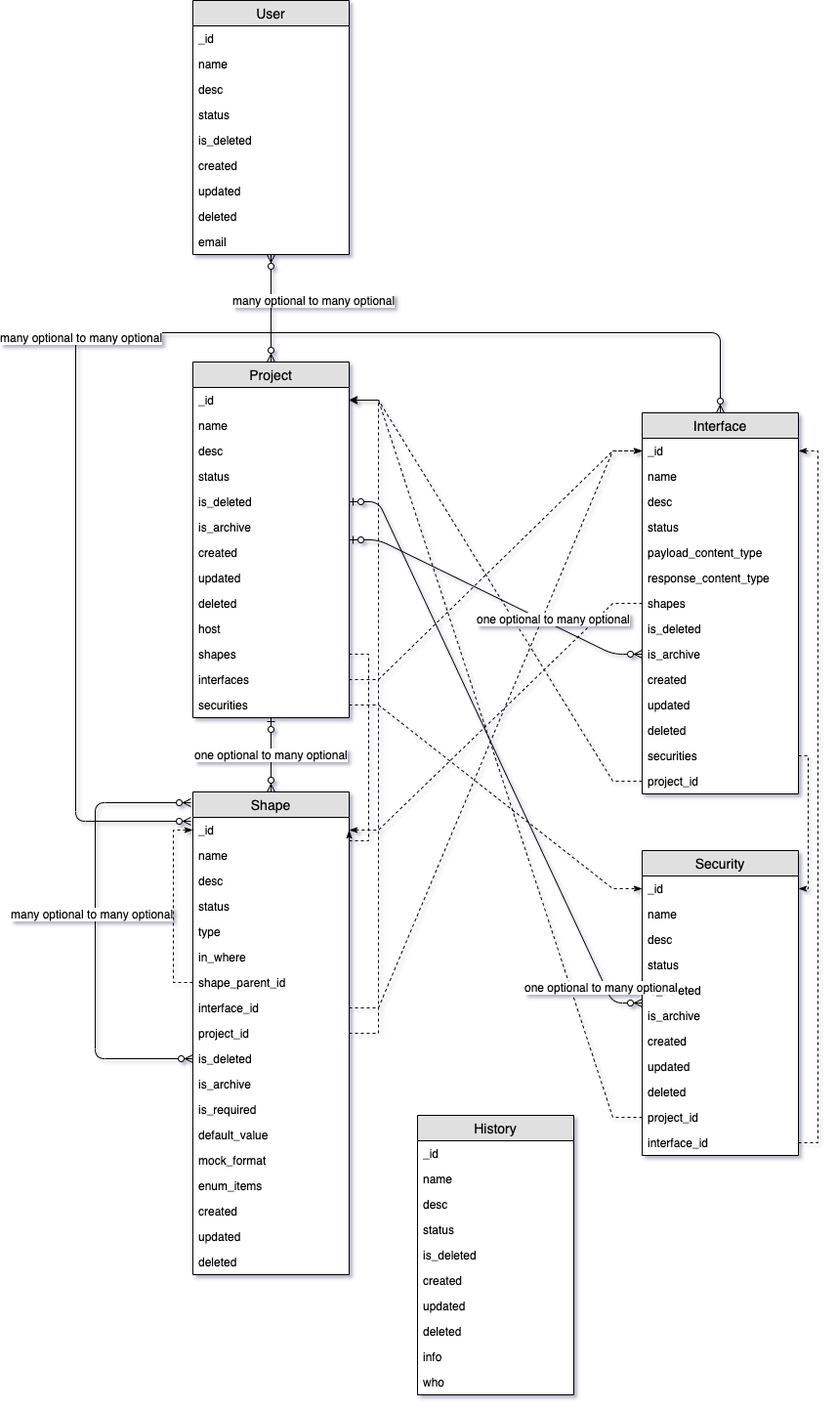
Before: apiplatform/apischema.png, a diagram exported from draw.io (0851/draw). Source tidied: cells renumbered, new cells last; positions are measured from the earlier drawing's top-left corner, leaving out a move shared by most shapes.
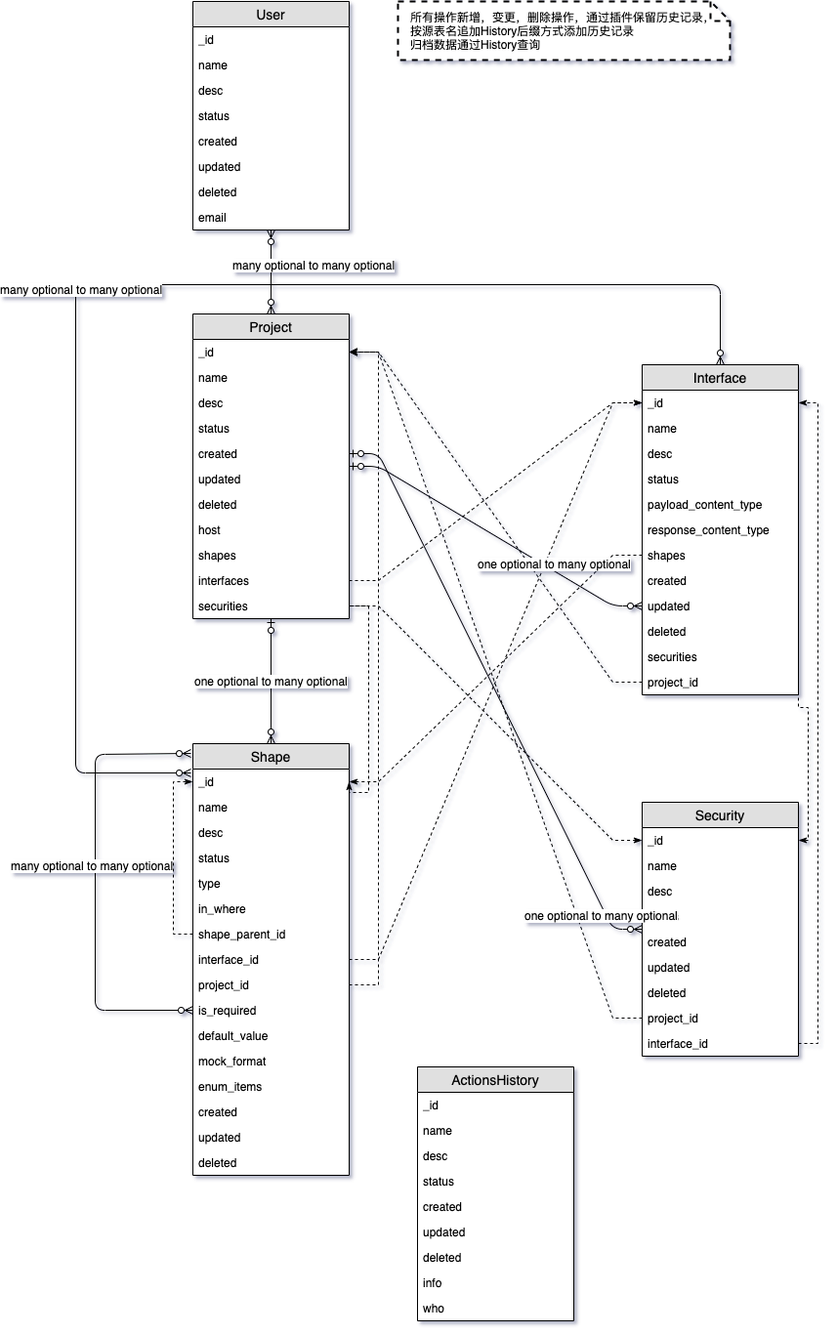
After the commit.

Diff of the diagram source:
```diff
@@ -7,4 +7,4 @@
     </mxCell>
-    <mxCell id="3" value="History" style="swimlane;fontStyle=0;horizontal=1;startSize=26;fillColor=#e0e0e0;swimlaneFillColor=#ffffff;align=center;fontSize=14;" parent="1" vertex="1">
-      <mxGeometry x="350" y="1141" width="160" height="286" as="geometry" />
+    <mxCell id="3" value="ActionsHistory" style="swimlane;fontStyle=0;horizontal=1;startSize=26;fillColor=#e0e0e0;swimlaneFillColor=#ffffff;align=center;fontSize=14;" parent="1" vertex="1">
+      <mxGeometry x="350" y="1141" width="160" height="260" as="geometry" />
     </mxCell>
@@ -22,22 +22,19 @@
     </mxCell>
-    <mxCell id="8" value="is_deleted" style="text;strokeColor=none;fillColor=none;spacingLeft=4;spacingRight=4;overflow=hidden;fontSize=12;" parent="3" vertex="1">
-      <mxGeometry y="130" width="160" height="26" as="geometry" />
-    </mxCell>
     <mxCell id="9" value="created" style="text;strokeColor=none;fillColor=none;spacingLeft=4;spacingRight=4;overflow=hidden;fontSize=12;" parent="3" vertex="1">
-      <mxGeometry y="156" width="160" height="26" as="geometry" />
+      <mxGeometry y="130" width="160" height="26" as="geometry" />
     </mxCell>
     <mxCell id="10" value="updated" style="text;strokeColor=none;fillColor=none;spacingLeft=4;spacingRight=4;overflow=hidden;fontSize=12;" parent="3" vertex="1">
-      <mxGeometry y="182" width="160" height="26" as="geometry" />
+      <mxGeometry y="156" width="160" height="26" as="geometry" />
     </mxCell>
     <mxCell id="11" value="deleted" style="text;strokeColor=none;fillColor=none;spacingLeft=4;spacingRight=4;overflow=hidden;fontSize=12;" parent="3" vertex="1">
-      <mxGeometry y="208" width="160" height="26" as="geometry" />
+      <mxGeometry y="182" width="160" height="26" as="geometry" />
     </mxCell>
     <mxCell id="12" value="info" style="text;strokeColor=none;fillColor=none;spacingLeft=4;spacingRight=4;overflow=hidden;fontSize=12;" parent="3" vertex="1">
-      <mxGeometry y="234" width="160" height="26" as="geometry" />
+      <mxGeometry y="208" width="160" height="26" as="geometry" />
     </mxCell>
     <mxCell id="13" value="who" style="text;strokeColor=none;fillColor=none;spacingLeft=4;spacingRight=4;overflow=hidden;fontSize=12;" parent="3" vertex="1">
-      <mxGeometry y="260" width="160" height="26" as="geometry" />
+      <mxGeometry y="234" width="160" height="26" as="geometry" />
     </mxCell>
     <mxCell id="14" value="Interface" style="swimlane;fontStyle=0;horizontal=1;startSize=26;fillColor=#e0e0e0;swimlaneFillColor=#ffffff;align=center;fontSize=14;" parent="1" vertex="1">
-      <mxGeometry x="580" y="422" width="160" height="390" as="geometry" />
+      <mxGeometry x="580" y="422" width="160" height="338" as="geometry" />
     </mxCell>
@@ -64,25 +61,19 @@
     </mxCell>
-    <mxCell id="22" value="is_deleted" style="text;strokeColor=none;fillColor=none;spacingLeft=4;spacingRight=4;overflow=hidden;fontSize=12;" parent="14" vertex="1">
-      <mxGeometry y="208" width="160" height="26" as="geometry" />
-    </mxCell>
-    <mxCell id="23" value="is_archive" style="text;strokeColor=none;fillColor=none;spacingLeft=4;spacingRight=4;overflow=hidden;points=[[0,0.5],[1,0.5]];portConstraint=eastwest;fontSize=12;" parent="14" vertex="1">
-      <mxGeometry y="234" width="160" height="26" as="geometry" />
-    </mxCell>
     <mxCell id="24" value="created" style="text;strokeColor=none;fillColor=none;spacingLeft=4;spacingRight=4;overflow=hidden;fontSize=12;" parent="14" vertex="1">
-      <mxGeometry y="260" width="160" height="26" as="geometry" />
+      <mxGeometry y="208" width="160" height="26" as="geometry" />
     </mxCell>
     <mxCell id="25" value="updated" style="text;strokeColor=none;fillColor=none;spacingLeft=4;spacingRight=4;overflow=hidden;fontSize=12;" parent="14" vertex="1">
-      <mxGeometry y="286" width="160" height="26" as="geometry" />
+      <mxGeometry y="234" width="160" height="26" as="geometry" />
     </mxCell>
     <mxCell id="26" value="deleted" style="text;strokeColor=none;fillColor=none;spacingLeft=4;spacingRight=4;overflow=hidden;fontSize=12;" parent="14" vertex="1">
-      <mxGeometry y="312" width="160" height="26" as="geometry" />
+      <mxGeometry y="260" width="160" height="26" as="geometry" />
     </mxCell>
     <mxCell id="27" value="securities" style="text;strokeColor=none;fillColor=none;spacingLeft=4;spacingRight=4;overflow=hidden;points=[[0,0.5],[1,0.5]];portConstraint=eastwest;fontSize=12;" parent="14" vertex="1">
-      <mxGeometry y="338" width="160" height="26" as="geometry" />
+      <mxGeometry y="286" width="160" height="26" as="geometry" />
     </mxCell>
     <mxCell id="28" value="project_id" style="text;strokeColor=none;fillColor=none;spacingLeft=4;spacingRight=4;overflow=hidden;points=[[0,0.5],[1,0.5]];portConstraint=eastwest;fontSize=12;" parent="14" vertex="1">
-      <mxGeometry y="364" width="160" height="26" as="geometry" />
+      <mxGeometry y="312" width="160" height="26" as="geometry" />
     </mxCell>
     <mxCell id="29" value="Shape" style="swimlane;fontStyle=0;horizontal=1;startSize=26;fillColor=#e0e0e0;swimlaneFillColor=#ffffff;align=center;fontSize=14;" parent="1" vertex="1">
-      <mxGeometry x="120" y="810" width="160" height="494" as="geometry" />
+      <mxGeometry x="120" y="810" width="160" height="442" as="geometry" />
     </mxCell>
@@ -115,4 +106,5 @@
     </mxCell>
-    <mxCell id="39" style="fontSize=12;html=1;endArrow=ERzeroToMany;endFill=1;startArrow=ERzeroToMany;entryX=-0.012;entryY=0.022;entryDx=0;entryDy=0;entryPerimeter=0;exitX=0;exitY=0.5;exitDx=0;exitDy=0;edgeStyle=orthogonalEdgeStyle;" parent="29" edge="1" source="42" target="29">
+    <mxCell id="39" style="fontSize=12;html=1;endArrow=ERzeroToMany;endFill=1;startArrow=ERzeroToMany;entryX=-0.012;entryY=0.022;entryDx=0;entryDy=0;entryPerimeter=0;exitX=0;exitY=0.5;exitDx=0;exitDy=0;edgeStyle=orthogonalEdgeStyle;" parent="29" edge="1" target="29">
       <mxGeometry relative="1" as="geometry">
+        <mxPoint y="273" as="sourcePoint" />
         <Array as="points">
@@ -129,31 +121,25 @@
     </mxCell>
-    <mxCell id="42" value="is_deleted" style="text;strokeColor=none;fillColor=none;spacingLeft=4;spacingRight=4;overflow=hidden;points=[[0,0.5],[1,0.5]];portConstraint=eastwest;fontSize=12;" parent="29" vertex="1">
-      <mxGeometry y="260" width="160" height="26" as="geometry" />
-    </mxCell>
-    <mxCell id="43" value="is_archive" style="text;strokeColor=none;fillColor=none;spacingLeft=4;spacingRight=4;overflow=hidden;fontSize=12;" parent="29" vertex="1">
-      <mxGeometry y="286" width="160" height="26" as="geometry" />
-    </mxCell>
     <mxCell id="44" value="is_required" style="text;strokeColor=none;fillColor=none;spacingLeft=4;spacingRight=4;overflow=hidden;fontSize=12;" parent="29" vertex="1">
-      <mxGeometry y="312" width="160" height="26" as="geometry" />
+      <mxGeometry y="260" width="160" height="26" as="geometry" />
     </mxCell>
     <mxCell id="45" value="default_value" style="text;strokeColor=none;fillColor=none;spacingLeft=4;spacingRight=4;overflow=hidden;fontSize=12;" parent="29" vertex="1">
-      <mxGeometry y="338" width="160" height="26" as="geometry" />
+      <mxGeometry y="286" width="160" height="26" as="geometry" />
     </mxCell>
     <mxCell id="46" value="mock_format" style="text;strokeColor=none;fillColor=none;spacingLeft=4;spacingRight=4;overflow=hidden;fontSize=12;" parent="29" vertex="1">
-      <mxGeometry y="364" width="160" height="26" as="geometry" />
+      <mxGeometry y="312" width="160" height="26" as="geometry" />
     </mxCell>
     <mxCell id="47" value="enum_items" style="text;strokeColor=none;fillColor=none;spacingLeft=4;spacingRight=4;overflow=hidden;fontSize=12;" parent="29" vertex="1">
-      <mxGeometry y="390" width="160" height="26" as="geometry" />
+      <mxGeometry y="338" width="160" height="26" as="geometry" />
     </mxCell>
     <mxCell id="48" value="created" style="text;strokeColor=none;fillColor=none;spacingLeft=4;spacingRight=4;overflow=hidden;fontSize=12;" parent="29" vertex="1">
-      <mxGeometry y="416" width="160" height="26" as="geometry" />
+      <mxGeometry y="364" width="160" height="26" as="geometry" />
     </mxCell>
     <mxCell id="49" value="updated" style="text;strokeColor=none;fillColor=none;spacingLeft=4;spacingRight=4;overflow=hidden;fontSize=12;" parent="29" vertex="1">
-      <mxGeometry y="442" width="160" height="26" as="geometry" />
+      <mxGeometry y="390" width="160" height="26" as="geometry" />
     </mxCell>
     <mxCell id="50" value="deleted" style="text;strokeColor=none;fillColor=none;spacingLeft=4;spacingRight=4;overflow=hidden;fontSize=12;" parent="29" vertex="1">
-      <mxGeometry y="468" width="160" height="26" as="geometry" />
+      <mxGeometry y="416" width="160" height="26" as="geometry" />
     </mxCell>
     <mxCell id="51" value="Project" style="swimlane;fontStyle=0;horizontal=1;startSize=26;fillColor=#e0e0e0;swimlaneFillColor=#ffffff;align=center;fontSize=14;" parent="1" vertex="1">
-      <mxGeometry x="120" y="370" width="160" height="364" as="geometry" />
+      <mxGeometry x="120" y="370" width="160" height="312" as="geometry" />
     </mxCell>
@@ -171,31 +157,25 @@
     </mxCell>
-    <mxCell id="56" value="is_deleted" style="text;strokeColor=none;fillColor=none;spacingLeft=4;spacingRight=4;overflow=hidden;points=[[0,0.5],[1,0.5]];portConstraint=eastwest;fontSize=12;" parent="51" vertex="1">
-      <mxGeometry y="130" width="160" height="26" as="geometry" />
-    </mxCell>
-    <mxCell id="57" value="is_archive" style="text;strokeColor=none;fillColor=none;spacingLeft=4;spacingRight=4;overflow=hidden;fontSize=12;" parent="51" vertex="1">
-      <mxGeometry y="156" width="160" height="26" as="geometry" />
-    </mxCell>
     <mxCell id="58" value="created" style="text;strokeColor=none;fillColor=none;spacingLeft=4;spacingRight=4;overflow=hidden;fontSize=12;" parent="51" vertex="1">
-      <mxGeometry y="182" width="160" height="26" as="geometry" />
+      <mxGeometry y="130" width="160" height="26" as="geometry" />
     </mxCell>
     <mxCell id="59" value="updated" style="text;strokeColor=none;fillColor=none;spacingLeft=4;spacingRight=4;overflow=hidden;fontSize=12;" parent="51" vertex="1">
-      <mxGeometry y="208" width="160" height="26" as="geometry" />
+      <mxGeometry y="156" width="160" height="26" as="geometry" />
     </mxCell>
     <mxCell id="60" value="deleted" style="text;strokeColor=none;fillColor=none;spacingLeft=4;spacingRight=4;overflow=hidden;fontSize=12;" parent="51" vertex="1">
-      <mxGeometry y="234" width="160" height="26" as="geometry" />
+      <mxGeometry y="182" width="160" height="26" as="geometry" />
     </mxCell>
     <mxCell id="61" value="host" style="text;strokeColor=none;fillColor=none;spacingLeft=4;spacingRight=4;overflow=hidden;fontSize=12;" parent="51" vertex="1">
-      <mxGeometry y="260" width="160" height="26" as="geometry" />
+      <mxGeometry y="208" width="160" height="26" as="geometry" />
     </mxCell>
     <mxCell id="62" value="shapes" style="text;strokeColor=none;fillColor=none;spacingLeft=4;spacingRight=4;overflow=hidden;points=[[0,0.5],[1,0.5]];portConstraint=eastwest;fontSize=12;" parent="51" vertex="1">
-      <mxGeometry y="286" width="160" height="26" as="geometry" />
+      <mxGeometry y="234" width="160" height="26" as="geometry" />
     </mxCell>
     <mxCell id="63" value="interfaces" style="text;strokeColor=none;fillColor=none;spacingLeft=4;spacingRight=4;overflow=hidden;points=[[0,0.5],[1,0.5]];portConstraint=eastwest;fontSize=12;" parent="51" vertex="1">
-      <mxGeometry y="312" width="160" height="26" as="geometry" />
+      <mxGeometry y="260" width="160" height="26" as="geometry" />
     </mxCell>
     <mxCell id="64" value="securities" style="text;strokeColor=none;fillColor=none;spacingLeft=4;spacingRight=4;overflow=hidden;points=[[0,0.5],[1,0.5]];portConstraint=eastwest;fontSize=12;" parent="51" vertex="1">
-      <mxGeometry y="338" width="160" height="26" as="geometry" />
+      <mxGeometry y="286" width="160" height="26" as="geometry" />
     </mxCell>
     <mxCell id="65" value="Security" style="swimlane;fontStyle=0;horizontal=1;startSize=26;fillColor=#e0e0e0;swimlaneFillColor=#ffffff;align=center;fontSize=14;" parent="1" vertex="1">
-      <mxGeometry x="580" y="870" width="160" height="312" as="geometry" />
+      <mxGeometry x="580" y="870" width="160" height="260" as="geometry" />
     </mxCell>
@@ -213,25 +193,19 @@
     </mxCell>
-    <mxCell id="70" value="is_deleted" style="text;strokeColor=none;fillColor=none;spacingLeft=4;spacingRight=4;overflow=hidden;fontSize=12;" parent="65" vertex="1">
-      <mxGeometry y="130" width="160" height="26" as="geometry" />
-    </mxCell>
-    <mxCell id="71" value="is_archive" style="text;strokeColor=none;fillColor=none;spacingLeft=4;spacingRight=4;overflow=hidden;fontSize=12;" parent="65" vertex="1">
-      <mxGeometry y="156" width="160" height="26" as="geometry" />
-    </mxCell>
     <mxCell id="72" value="created" style="text;strokeColor=none;fillColor=none;spacingLeft=4;spacingRight=4;overflow=hidden;fontSize=12;" parent="65" vertex="1">
-      <mxGeometry y="182" width="160" height="26" as="geometry" />
+      <mxGeometry y="130" width="160" height="26" as="geometry" />
     </mxCell>
     <mxCell id="73" value="updated" style="text;strokeColor=none;fillColor=none;spacingLeft=4;spacingRight=4;overflow=hidden;fontSize=12;" parent="65" vertex="1">
-      <mxGeometry y="208" width="160" height="26" as="geometry" />
+      <mxGeometry y="156" width="160" height="26" as="geometry" />
     </mxCell>
     <mxCell id="74" value="deleted" style="text;strokeColor=none;fillColor=none;spacingLeft=4;spacingRight=4;overflow=hidden;fontSize=12;" parent="65" vertex="1">
-      <mxGeometry y="234" width="160" height="26" as="geometry" />
+      <mxGeometry y="182" width="160" height="26" as="geometry" />
     </mxCell>
     <mxCell id="75" value="project_id" style="text;strokeColor=none;fillColor=none;spacingLeft=4;spacingRight=4;overflow=hidden;points=[[0,0.5],[1,0.5]];portConstraint=eastwest;fontSize=12;" parent="65" vertex="1">
-      <mxGeometry y="260" width="160" height="26" as="geometry" />
+      <mxGeometry y="208" width="160" height="26" as="geometry" />
     </mxCell>
     <mxCell id="76" value="interface_id" style="text;strokeColor=none;fillColor=none;spacingLeft=4;spacingRight=4;overflow=hidden;points=[[0,0.5],[1,0.5]];portConstraint=eastwest;fontSize=12;" parent="65" vertex="1">
-      <mxGeometry y="286" width="160" height="26" as="geometry" />
+      <mxGeometry y="234" width="160" height="26" as="geometry" />
     </mxCell>
     <mxCell id="77" value="User" style="swimlane;fontStyle=0;horizontal=1;startSize=26;fillColor=#e0e0e0;swimlaneFillColor=#ffffff;align=center;fontSize=14;" parent="1" vertex="1">
-      <mxGeometry x="120" width="160" height="260" as="geometry" />
+      <mxGeometry x="120" y="50" width="160" height="234" as="geometry" />
     </mxCell>
@@ -249,16 +223,13 @@
     </mxCell>
-    <mxCell id="82" value="is_deleted" style="text;strokeColor=none;fillColor=none;spacingLeft=4;spacingRight=4;overflow=hidden;fontSize=12;" parent="77" vertex="1">
-      <mxGeometry y="130" width="160" height="26" as="geometry" />
-    </mxCell>
     <mxCell id="83" value="created" style="text;strokeColor=none;fillColor=none;spacingLeft=4;spacingRight=4;overflow=hidden;fontSize=12;" parent="77" vertex="1">
-      <mxGeometry y="156" width="160" height="26" as="geometry" />
+      <mxGeometry y="130" width="160" height="26" as="geometry" />
     </mxCell>
     <mxCell id="84" value="updated" style="text;strokeColor=none;fillColor=none;spacingLeft=4;spacingRight=4;overflow=hidden;fontSize=12;" parent="77" vertex="1">
-      <mxGeometry y="182" width="160" height="26" as="geometry" />
+      <mxGeometry y="156" width="160" height="26" as="geometry" />
     </mxCell>
     <mxCell id="85" value="deleted" style="text;strokeColor=none;fillColor=none;spacingLeft=4;spacingRight=4;overflow=hidden;fontSize=12;" parent="77" vertex="1">
-      <mxGeometry y="208" width="160" height="26" as="geometry" />
+      <mxGeometry y="182" width="160" height="26" as="geometry" />
     </mxCell>
     <mxCell id="86" value="email" style="text;strokeColor=none;fillColor=none;spacingLeft=4;spacingRight=4;overflow=hidden;fontSize=12;" parent="77" vertex="1">
-      <mxGeometry y="234" width="160" height="26" as="geometry" />
+      <mxGeometry y="208" width="160" height="26" as="geometry" />
     </mxCell>
@@ -307,7 +278,11 @@
     </mxCell>
-    <mxCell id="97" value="one optional to many optional" style="edgeStyle=entityRelationEdgeStyle;fontSize=12;html=1;endArrow=ERzeroToMany;startArrow=ERzeroToOne;exitX=1;exitY=0.5;exitDx=0;exitDy=0;" parent="1" edge="1" source="56" target="65">
-      <mxGeometry x="0.84" y="-4" relative="1" as="geometry" />
+    <mxCell id="97" value="one optional to many optional" style="edgeStyle=entityRelationEdgeStyle;fontSize=12;html=1;endArrow=ERzeroToMany;startArrow=ERzeroToOne;exitX=1;exitY=0.5;exitDx=0;exitDy=0;" parent="1" edge="1" target="65">
+      <mxGeometry x="0.84" y="-4" relative="1" as="geometry">
+        <mxPoint x="280" y="513" as="sourcePoint" />
+      </mxGeometry>
     </mxCell>
-    <mxCell id="98" value="one optional to many optional" style="edgeStyle=entityRelationEdgeStyle;fontSize=12;html=1;endArrow=ERzeroToMany;startArrow=ERzeroToOne;entryX=0;entryY=0.5;entryDx=0;entryDy=0;" parent="1" edge="1" source="51" target="23">
-      <mxGeometry x="0.39" y="6" relative="1" as="geometry" />
+    <mxCell id="98" value="one optional to many optional" style="edgeStyle=entityRelationEdgeStyle;fontSize=12;html=1;endArrow=ERzeroToMany;startArrow=ERzeroToOne;entryX=0;entryY=0.5;entryDx=0;entryDy=0;" parent="1" edge="1" source="51">
+      <mxGeometry x="0.39" y="6" relative="1" as="geometry">
+        <mxPoint x="580" y="669" as="targetPoint" />
+      </mxGeometry>
     </mxCell>
@@ -329,2 +304,5 @@
     </mxCell>
+    <mxCell id="102" value="所有操作新增，变更，删除操作，通过插件保留历史记录，按源表名追加History后缀方式添加历史记录&lt;br&gt;归档数据通过History查询" style="shape=note;strokeWidth=2;fontSize=12;size=20;whiteSpace=wrap;html=1;dashed=1;align=left;spacingLeft=10;spacingRight=10;labelBorderColor=none;" parent="1" vertex="1">
+      <mxGeometry x="330" y="50" width="340" height="60" as="geometry" />
+    </mxCell>
   </root>
```
